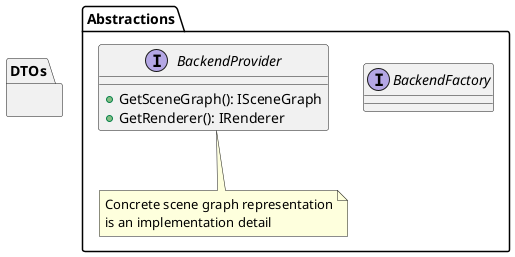
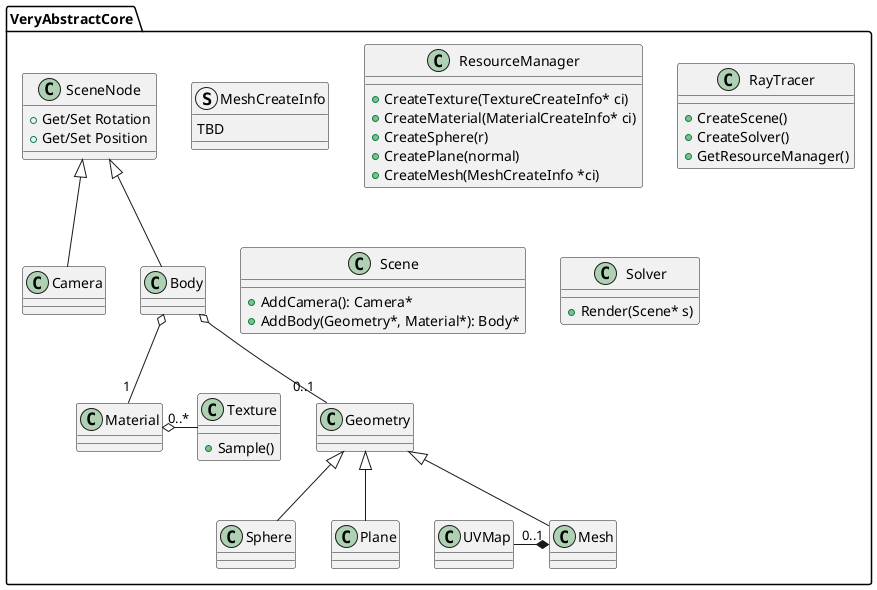
@startuml "Strahls Klassensdiagramm"
- package DTOs {
- 
- }
- 
- package Abstractions {
-     interface BackendFactory {
+ package VeryAbstractCore {
+     struct MeshCreateInfo {
+         TBD
+     }
+     class ResourceManager {
+         + CreateTexture(TextureCreateInfo* ci)
+         + CreateMaterial(MaterialCreateInfo* ci)
+         + CreateSphere(r)
+         + CreatePlane(normal)
+         + CreateMesh(MeshCreateInfo *ci)
+     }
+     class RayTracer {
+         + CreateScene()
+         + CreateSolver()
+         + GetResourceManager()
+     }
+     class SceneNode {
+         + Get/Set Rotation
+         + Get/Set Position
+     }
+     class Camera {}
+     class Geometry {

    }
-     interface BackendProvider {
-         + GetSceneGraph(): ISceneGraph
-         + GetRenderer(): IRenderer
+     class Body {}
+     SceneNode <|-- Body
+     SceneNode <|-- Camera
+     class Sphere {
+ 
    }
-     note "Concrete scene graph representation\nis an implementation detail" as n1
-     BackendProvider .. n1
+     Body o-- "0..1" Geometry
+     Body o-- "1" Material
+     class Plane {

+     }
+     class Mesh {
+ 
+     }
+     class Scene {
+         + AddCamera(): Camera*
+         + AddBody(Geometry*, Material*): Body*
+     }
+     Geometry <|-- Sphere
+     Geometry <|-- Plane
+     Geometry <|-- Mesh
+     class UVMap {
+ 
+     }
+     UVMap "0..1" -* Mesh
+     class Material {
+ 
+     }
+     class Solver {
+         + Render(Scene* s)
+     }
+     class Texture {
+         + Sample()
+     }
+     Material o- "0..*" Texture
}

@enduml